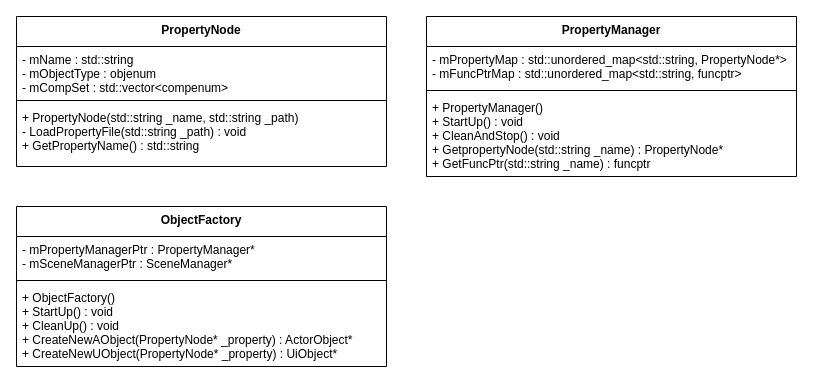
Above: page "properfactory" (7 of 7) of MyNinDesign.drawio in HIBICUS-CAI/NinAtHome_OpenGL (draw.io), before the change. Source tidied: cells renumbered, new cells numbered last; positions are measured from the earlier drawing's top-left corner, leaving out a move shared by most shapes. Both pictures are drawn from the tidied source at 100%, with x=0, y=0 at pixel (16, 16).
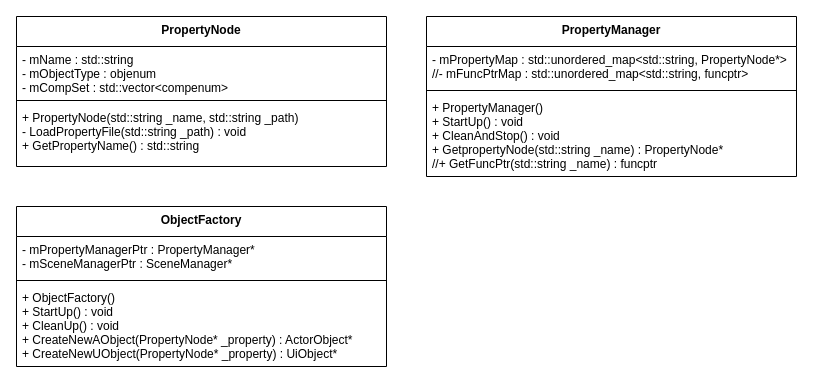
Above is the later version.

Diff of the diagram source:
```diff
@@
 <mxGraphModel>
   <root>
     <mxCell id="0" />
     <mxCell id="1" parent="0" />
     <mxCell id="2" value="PropertyNode" style="swimlane;fontStyle=1;align=center;verticalAlign=top;horizontal=1;startSize=30;" parent="1" vertex="1">
       <mxGeometry width="370" height="150" as="geometry" />
     </mxCell>
     <mxCell id="3" value="- mName : std::string&#10;- mObjectType : objenum&#10;- mCompSet : std::vector&lt;compenum&gt;" style="text;strokeColor=none;fillColor=none;align=left;verticalAlign=top;spacingLeft=4;spacingRight=4;overflow=hidden;" parent="2" vertex="1">
       <mxGeometry y="30" width="370" height="50" as="geometry" />
     </mxCell>
     <mxCell id="4" style="line;strokeWidth=1;fillColor=none;align=left;verticalAlign=middle;spacingTop=-1;spacingLeft=3;spacingRight=3;labelPosition=right;" parent="2" vertex="1">
       <mxGeometry y="80" width="370" height="8" as="geometry" />
     </mxCell>
     <mxCell id="5" value="+ PropertyNode(std::string _name, std::string _path)&#10;- LoadPropertyFile(std::string _path) : void&#10;+ GetPropertyName() : std::string" style="text;strokeColor=none;fillColor=none;align=left;verticalAlign=top;spacingLeft=4;spacingRight=4;overflow=hidden;" parent="2" vertex="1">
       <mxGeometry y="88" width="370" height="62" as="geometry" />
     </mxCell>
     <mxCell id="6" value="PropertyManager" style="swimlane;fontStyle=1;align=center;verticalAlign=top;horizontal=1;startSize=30;" parent="1" vertex="1">
       <mxGeometry x="410" width="370" height="160" as="geometry" />
     </mxCell>
-    <mxCell id="7" value="- mPropertyMap : std::unordered_map&lt;std::string, PropertyNode*&gt;&#10;- mFuncPtrMap : std::unordered_map&lt;std::string, funcptr&gt;" style="text;strokeColor=none;fillColor=none;align=left;verticalAlign=top;spacingLeft=4;spacingRight=4;overflow=hidden;" parent="6" vertex="1">
+    <mxCell id="7" value="- mPropertyMap : std::unordered_map&lt;std::string, PropertyNode*&gt;&#10;//- mFuncPtrMap : std::unordered_map&lt;std::string, funcptr&gt;" style="text;strokeColor=none;fillColor=none;align=left;verticalAlign=top;spacingLeft=4;spacingRight=4;overflow=hidden;" parent="6" vertex="1">
       <mxGeometry y="30" width="370" height="40" as="geometry" />
     </mxCell>
     <mxCell id="8" style="line;strokeWidth=1;fillColor=none;align=left;verticalAlign=middle;spacingTop=-1;spacingLeft=3;spacingRight=3;labelPosition=right;" parent="6" vertex="1">
       <mxGeometry y="70" width="370" height="8" as="geometry" />
     </mxCell>
-    <mxCell id="9" value="+ PropertyManager()&#10;+ StartUp() : void&#10;+ CleanAndStop() : void&#10;+ GetpropertyNode(std::string _name) : PropertyNode*&#10;+ GetFuncPtr(std::string _name) : funcptr" style="text;strokeColor=none;fillColor=none;align=left;verticalAlign=top;spacingLeft=4;spacingRight=4;overflow=hidden;" parent="6" vertex="1">
+    <mxCell id="9" value="+ PropertyManager()&#10;+ StartUp() : void&#10;+ CleanAndStop() : void&#10;+ GetpropertyNode(std::string _name) : PropertyNode*&#10;//+ GetFuncPtr(std::string _name) : funcptr" style="text;strokeColor=none;fillColor=none;align=left;verticalAlign=top;spacingLeft=4;spacingRight=4;overflow=hidden;" parent="6" vertex="1">
       <mxGeometry y="78" width="370" height="82" as="geometry" />
     </mxCell>
     <mxCell id="10" value="ObjectFactory" style="swimlane;fontStyle=1;align=center;verticalAlign=top;horizontal=1;startSize=30;" parent="1" vertex="1">
       <mxGeometry y="190" width="370" height="160" as="geometry" />
     </mxCell>
     <mxCell id="11" value="- mPropertyManagerPtr : PropertyManager*&#10;- mSceneManagerPtr : SceneManager*" style="text;strokeColor=none;fillColor=none;align=left;verticalAlign=top;spacingLeft=4;spacingRight=4;overflow=hidden;" parent="10" vertex="1">
       <mxGeometry y="30" width="370" height="40" as="geometry" />
     </mxCell>
     <mxCell id="12" style="line;strokeWidth=1;fillColor=none;align=left;verticalAlign=middle;spacingTop=-1;spacingLeft=3;spacingRight=3;labelPosition=right;" parent="10" vertex="1">
       <mxGeometry y="70" width="370" height="8" as="geometry" />
     </mxCell>
     <mxCell id="13" value="+ ObjectFactory()&#10;+ StartUp() : void&#10;+ CleanUp() : void&#10;+ CreateNewAObject(PropertyNode* _property) : ActorObject*&#10;+ CreateNewUObject(PropertyNode* _property) : UiObject*" style="text;strokeColor=none;fillColor=none;align=left;verticalAlign=top;spacingLeft=4;spacingRight=4;overflow=hidden;" parent="10" vertex="1">
       <mxGeometry y="78" width="370" height="82" as="geometry" />
     </mxCell>
   </root>
 </mxGraphModel>
```
